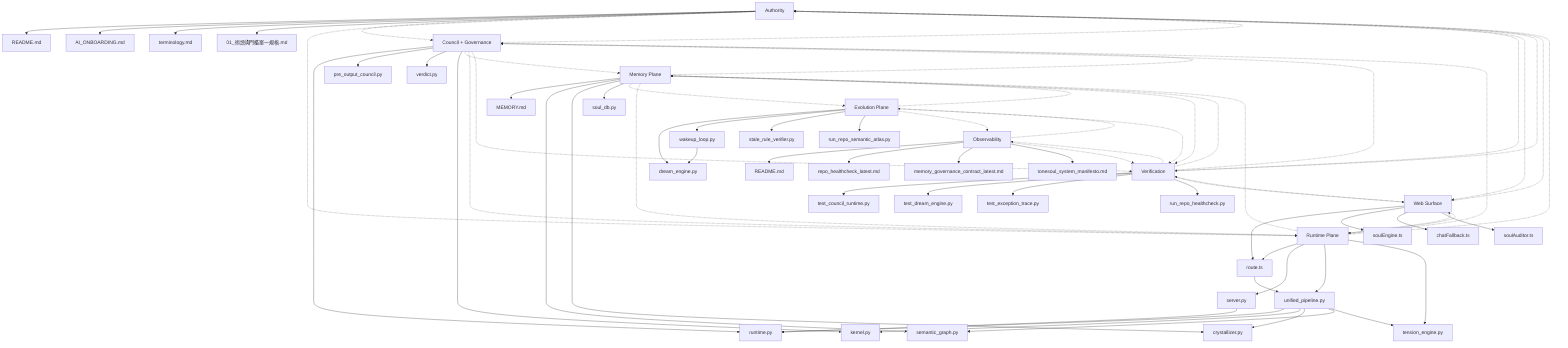
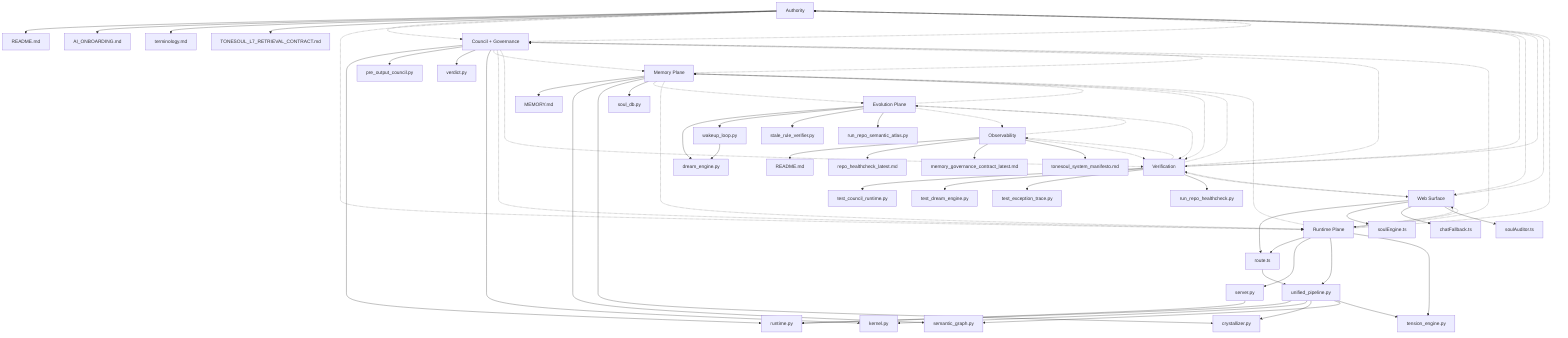
graph TD
    lane_authority["Authority"]
    file_README_md["README.md"]
    lane_authority --> file_README_md
    file_AI_ONBOARDING_md["AI_ONBOARDING.md"]
    lane_authority --> file_AI_ONBOARDING_md
    file_docs_terminology_md["terminology.md"]
    lane_authority --> file_docs_terminology_md
-     file_____GPTs_v1_1_01___________md["01_術語與門檻單一規格.md"]
-     lane_authority --> file_____GPTs_v1_1_01___________md
+     file_docs_architecture_TONESOUL_L7_RETRIEVAL_CONTRACT_md["TONESOUL_L7_RETRIEVAL_CONTRACT.md"]
+     lane_authority --> file_docs_architecture_TONESOUL_L7_RETRIEVAL_CONTRACT_md
    lane_evolution["Evolution Plane"]
    file_tonesoul_dream_engine_py["dream_engine.py"]
    lane_evolution --> file_tonesoul_dream_engine_py
    file_tonesoul_wakeup_loop_py["wakeup_loop.py"]
    lane_evolution --> file_tonesoul_wakeup_loop_py
    file_tonesoul_stale_rule_verifier_py["stale_rule_verifier.py"]
    lane_evolution --> file_tonesoul_stale_rule_verifier_py
    file_scripts_run_repo_semantic_atlas_py["run_repo_semantic_atlas.py"]
    lane_evolution --> file_scripts_run_repo_semantic_atlas_py
    lane_governance["Council + Governance"]
    file_tonesoul_council_runtime_py["runtime.py"]
    lane_governance --> file_tonesoul_council_runtime_py
    file_tonesoul_council_pre_output_council_py["pre_output_council.py"]
    lane_governance --> file_tonesoul_council_pre_output_council_py
    file_tonesoul_council_verdict_py["verdict.py"]
    lane_governance --> file_tonesoul_council_verdict_py
    file_tonesoul_governance_kernel_py["kernel.py"]
    lane_governance --> file_tonesoul_governance_kernel_py
    lane_memory["Memory Plane"]
    file_MEMORY_md["MEMORY.md"]
    lane_memory --> file_MEMORY_md
    file_tonesoul_memory_semantic_graph_py["semantic_graph.py"]
    lane_memory --> file_tonesoul_memory_semantic_graph_py
    file_tonesoul_memory_crystallizer_py["crystallizer.py"]
    lane_memory --> file_tonesoul_memory_crystallizer_py
    file_tonesoul_memory_soul_db_py["soul_db.py"]
    lane_memory --> file_tonesoul_memory_soul_db_py
    lane_observability["Observability"]
    file_docs_status_README_md["README.md"]
    lane_observability --> file_docs_status_README_md
    file_docs_status_repo_healthcheck_latest_md["repo_healthcheck_latest.md"]
    lane_observability --> file_docs_status_repo_healthcheck_latest_md
    file_docs_status_memory_governance_contract_latest_md["memory_governance_contract_latest.md"]
    lane_observability --> file_docs_status_memory_governance_contract_latest_md
    file_docs_status_tonesoul_system_manifesto_md["tonesoul_system_manifesto.md"]
    lane_observability --> file_docs_status_tonesoul_system_manifesto_md
    lane_runtime["Runtime Plane"]
    file_apps_web_src_app_api_chat_route_ts["route.ts"]
    lane_runtime --> file_apps_web_src_app_api_chat_route_ts
    file_apps_api_server_py["server.py"]
    lane_runtime --> file_apps_api_server_py
    file_tonesoul_unified_pipeline_py["unified_pipeline.py"]
    lane_runtime --> file_tonesoul_unified_pipeline_py
    file_tonesoul_tension_engine_py["tension_engine.py"]
    lane_runtime --> file_tonesoul_tension_engine_py
    lane_verification["Verification"]
    file_tests_test_council_runtime_py["test_council_runtime.py"]
    lane_verification --> file_tests_test_council_runtime_py
    file_tests_test_dream_engine_py["test_dream_engine.py"]
    lane_verification --> file_tests_test_dream_engine_py
    file_tests_test_exception_trace_py["test_exception_trace.py"]
    lane_verification --> file_tests_test_exception_trace_py
    file_scripts_run_repo_healthcheck_py["run_repo_healthcheck.py"]
    lane_verification --> file_scripts_run_repo_healthcheck_py
    lane_web["Web Surface"]
    file_apps_web_src_app_api_chat_route_ts["route.ts"]
    lane_web --> file_apps_web_src_app_api_chat_route_ts
    file_apps_web_src_lib_soulEngine_ts["soulEngine.ts"]
    lane_web --> file_apps_web_src_lib_soulEngine_ts
    file_apps_web_src_lib_chatFallback_ts["chatFallback.ts"]
    lane_web --> file_apps_web_src_lib_chatFallback_ts
    file_apps_web_src_lib_soulAuditor_ts["soulAuditor.ts"]
    lane_web --> file_apps_web_src_lib_soulAuditor_ts
    file_apps_api_server_py --> file_tonesoul_council_runtime_py
    file_apps_web_src_app_api_chat_route_ts --> file_tonesoul_unified_pipeline_py
    file_tonesoul_unified_pipeline_py --> file_tonesoul_council_runtime_py
    file_tonesoul_unified_pipeline_py --> file_tonesoul_governance_kernel_py
    file_tonesoul_unified_pipeline_py --> file_tonesoul_memory_crystallizer_py
    file_tonesoul_unified_pipeline_py --> file_tonesoul_memory_semantic_graph_py
    file_tonesoul_unified_pipeline_py --> file_tonesoul_tension_engine_py
    file_tonesoul_wakeup_loop_py --> file_tonesoul_dream_engine_py
    lane_authority -.-> lane_governance
    lane_authority -.-> lane_runtime
    lane_authority -.-> lane_verification
    lane_authority -.-> lane_web
    lane_evolution -.-> lane_memory
    lane_evolution -.-> lane_observability
    lane_evolution -.-> lane_verification
    lane_governance -.-> lane_authority
    lane_governance -.-> lane_memory
    lane_governance -.-> lane_runtime
    lane_governance -.-> lane_verification
    lane_memory -.-> lane_evolution
    lane_memory -.-> lane_governance
    lane_memory -.-> lane_runtime
    lane_memory -.-> lane_verification
    lane_observability -.-> lane_evolution
    lane_observability -.-> lane_verification
    lane_runtime -.-> lane_authority
    lane_runtime -.-> lane_governance
    lane_runtime -.-> lane_memory
    lane_runtime -.-> lane_web
    lane_verification -.-> lane_authority
    lane_verification -.-> lane_governance
    lane_verification -.-> lane_memory
    lane_verification -.-> lane_observability
    lane_verification -.-> lane_web
    lane_web -.-> lane_authority
    lane_web -.-> lane_runtime
    lane_web -.-> lane_verification
